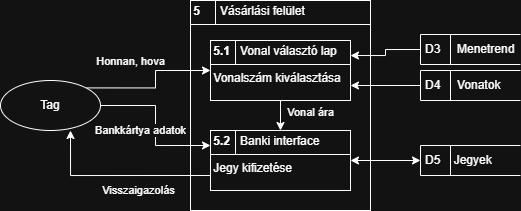
Above: dokumentacio/logikai_fiziaki_adatfolyam/fizikai_adatfolyam_jegyv.png in RevMarci/vasutmenetrend (draw.io), before the change. Source tidied: cells renumbered, new cells last; positions are measured from the earlier drawing's top-left corner, leaving out a move shared by most shapes. Its diagram source:
```xml
<mxGraphModel>
  <root>
    <mxCell id="0" />
    <mxCell id="1" parent="0" />
    <mxCell id="2" value="&lt;p style=&quot;margin: 4px 0px 0px;&quot;&gt;&lt;b&gt;&amp;nbsp;5&amp;nbsp; &amp;nbsp; &amp;nbsp; &lt;/b&gt;Vásárlási felület&lt;/p&gt;&lt;hr size=&quot;1&quot; style=&quot;border-style:solid;&quot;&gt;&amp;nbsp;&lt;br&gt;&lt;div style=&quot;height:2px;&quot;&gt;&lt;/div&gt;" style="verticalAlign=top;align=left;overflow=fill;html=1;whiteSpace=wrap;" parent="1" vertex="1">
      <mxGeometry x="190" width="180" height="210" as="geometry" />
    </mxCell>
    <mxCell id="3" style="line;strokeWidth=1;direction=south;html=1;perimeter=backbonePerimeter;" parent="1" vertex="1">
      <mxGeometry x="210" width="10" height="24" as="geometry" />
    </mxCell>
    <mxCell id="4" style="edgeStyle=orthogonalEdgeStyle;rounded=0;jettySize=auto;html=1;exitX=0.5;exitY=1;exitDx=0;exitDy=0;entryX=0.5;entryY=0;entryDx=0;entryDy=0;" parent="1" edge="1" source="6" target="8">
      <mxGeometry relative="1" as="geometry" />
    </mxCell>
    <mxCell id="5" value="Vonal ára" style="edgeLabel;html=1;align=center;verticalAlign=middle;" parent="4" vertex="1">
      <mxGeometry x="-0.2" relative="1" as="geometry">
        <mxPoint x="30" as="offset" />
      </mxGeometry>
    </mxCell>
    <mxCell id="6" value="&lt;p style=&quot;margin: 4px 0px 0px;&quot;&gt;&lt;b&gt;&amp;nbsp;5.1&amp;nbsp; &amp;nbsp;&lt;/b&gt;Vonal választó lap&lt;/p&gt;&lt;hr size=&quot;1&quot; style=&quot;border-style:solid;&quot;&gt;&lt;div style=&quot;height:2px;&quot;&gt;&amp;nbsp;Vonalszám kiválasztása&lt;/div&gt;" style="verticalAlign=top;align=left;overflow=fill;html=1;whiteSpace=wrap;" parent="1" vertex="1">
      <mxGeometry x="210" y="40" width="140" height="60" as="geometry" />
    </mxCell>
    <mxCell id="7" style="line;strokeWidth=1;direction=south;html=1;perimeter=backbonePerimeter;" parent="1" vertex="1">
      <mxGeometry x="230" y="40" width="10" height="24" as="geometry" />
    </mxCell>
    <mxCell id="8" value="&lt;p style=&quot;margin: 4px 0px 0px;&quot;&gt;&lt;b&gt;&amp;nbsp;5.2&amp;nbsp; &amp;nbsp;&lt;/b&gt;Banki interface&lt;/p&gt;&lt;hr size=&quot;1&quot; style=&quot;border-style:solid;&quot;&gt;&lt;div style=&quot;height:2px;&quot;&gt;&amp;nbsp;Jegy kifizetése&lt;/div&gt;" style="verticalAlign=top;align=left;overflow=fill;html=1;whiteSpace=wrap;" parent="1" vertex="1">
      <mxGeometry x="210" y="130" width="140" height="60" as="geometry" />
    </mxCell>
    <mxCell id="9" style="line;strokeWidth=1;direction=south;html=1;perimeter=backbonePerimeter;" parent="1" vertex="1">
      <mxGeometry x="230" y="130" width="10" height="24" as="geometry" />
    </mxCell>
    <mxCell id="10" style="edgeStyle=orthogonalEdgeStyle;rounded=0;jettySize=auto;html=1;exitX=0;exitY=0.5;exitDx=0;exitDy=0;entryX=1;entryY=0.25;entryDx=0;entryDy=0;" parent="1" edge="1" source="11" target="6">
      <mxGeometry relative="1" as="geometry" />
    </mxCell>
    <mxCell id="11" value="D3&amp;nbsp; &amp;nbsp; &amp;nbsp;Menetrend" style="html=1;dashed=0;whiteSpace=wrap;shape=mxgraph.dfd.dataStoreID;align=left;spacingLeft=3;points=[[0,0],[0.5,0],[1,0],[0,0.5],[1,0.5],[0,1],[0.5,1],[1,1]];" parent="1" vertex="1">
      <mxGeometry x="420" y="34" width="100" height="30" as="geometry" />
    </mxCell>
    <mxCell id="12" style="edgeStyle=orthogonalEdgeStyle;rounded=0;jettySize=auto;html=1;exitX=0;exitY=0.5;exitDx=0;exitDy=0;entryX=1;entryY=0.75;entryDx=0;entryDy=0;" parent="1" edge="1" source="13" target="6">
      <mxGeometry relative="1" as="geometry" />
    </mxCell>
    <mxCell id="13" value="D4&amp;nbsp; &amp;nbsp; &amp;nbsp;Vonatok" style="html=1;dashed=0;whiteSpace=wrap;shape=mxgraph.dfd.dataStoreID;align=left;spacingLeft=3;points=[[0,0],[0.5,0],[1,0],[0,0.5],[1,0.5],[0,1],[0.5,1],[1,1]];" parent="1" vertex="1">
      <mxGeometry x="420" y="70" width="100" height="30" as="geometry" />
    </mxCell>
    <mxCell id="14" style="edgeStyle=orthogonalEdgeStyle;rounded=0;jettySize=auto;html=1;exitX=0;exitY=0.5;exitDx=0;exitDy=0;entryX=1;entryY=0.5;entryDx=0;entryDy=0;startArrow=classic;startFill=1;" parent="1" edge="1" source="15" target="8">
      <mxGeometry relative="1" as="geometry" />
    </mxCell>
    <mxCell id="15" value="D5&amp;nbsp; &amp;nbsp; Jegyek" style="html=1;dashed=0;whiteSpace=wrap;shape=mxgraph.dfd.dataStoreID;align=left;spacingLeft=3;points=[[0,0],[0.5,0],[1,0],[0,0.5],[1,0.5],[0,1],[0.5,1],[1,1]];" parent="1" vertex="1">
      <mxGeometry x="420" y="145" width="100" height="30" as="geometry" />
    </mxCell>
    <mxCell id="16" style="edgeStyle=orthogonalEdgeStyle;rounded=0;jettySize=auto;html=1;exitX=1;exitY=0;exitDx=0;exitDy=0;" parent="1" edge="1" source="20" target="6">
      <mxGeometry relative="1" as="geometry" />
    </mxCell>
    <mxCell id="17" value="Honnan, hova" style="edgeLabel;html=1;align=center;verticalAlign=middle;" parent="16" vertex="1">
      <mxGeometry x="0.08" y="2" relative="1" as="geometry">
        <mxPoint x="-23" y="-20" as="offset" />
      </mxGeometry>
    </mxCell>
    <mxCell id="18" style="edgeStyle=orthogonalEdgeStyle;rounded=0;jettySize=auto;html=1;exitX=1;exitY=0.5;exitDx=0;exitDy=0;entryX=0;entryY=0.25;entryDx=0;entryDy=0;" parent="1" edge="1" source="20" target="8">
      <mxGeometry relative="1" as="geometry" />
    </mxCell>
    <mxCell id="19" value="Bankkártya adatok" style="edgeLabel;html=1;align=center;verticalAlign=middle;" parent="18" vertex="1">
      <mxGeometry x="-0.02" y="1" relative="1" as="geometry">
        <mxPoint x="-16" y="6" as="offset" />
      </mxGeometry>
    </mxCell>
    <mxCell id="20" value="Tag" style="shape=ellipse;html=1;dashed=0;whiteSpace=wrap;perimeter=ellipsePerimeter;" parent="1" vertex="1">
      <mxGeometry y="80" width="100" height="50" as="geometry" />
    </mxCell>
    <mxCell id="21" style="edgeStyle=orthogonalEdgeStyle;rounded=0;jettySize=auto;html=1;exitX=0;exitY=0.75;exitDx=0;exitDy=0;entryX=0.7;entryY=1;entryDx=0;entryDy=0;entryPerimeter=0;" parent="1" edge="1" source="8" target="20">
      <mxGeometry relative="1" as="geometry" />
    </mxCell>
    <mxCell id="22" value="Visszaigazolás" style="edgeLabel;html=1;align=center;verticalAlign=middle;" parent="21" vertex="1">
      <mxGeometry x="-0.22" y="1" relative="1" as="geometry">
        <mxPoint y="14" as="offset" />
      </mxGeometry>
    </mxCell>
  </root>
</mxGraphModel>
```
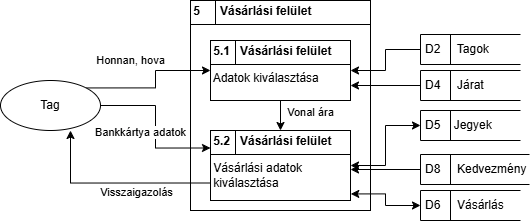
After the change.

Diff of the diagram source:
```diff
@@ -2,7 +2,7 @@
   <root>
     <mxCell id="0" />
     <mxCell id="1" parent="0" />
-    <mxCell id="2" value="&lt;p style=&quot;margin: 4px 0px 0px;&quot;&gt;&lt;b&gt;&amp;nbsp;5&amp;nbsp; &amp;nbsp; &amp;nbsp; &lt;/b&gt;Vásárlási felület&lt;/p&gt;&lt;hr size=&quot;1&quot; style=&quot;border-style:solid;&quot;&gt;&amp;nbsp;&lt;br&gt;&lt;div style=&quot;height:2px;&quot;&gt;&lt;/div&gt;" style="verticalAlign=top;align=left;overflow=fill;html=1;whiteSpace=wrap;" parent="1" vertex="1">
+    <mxCell id="2" value="&lt;p style=&quot;margin: 4px 0px 0px;&quot;&gt;&lt;b&gt;&amp;nbsp;5&amp;nbsp; &amp;nbsp; &amp;nbsp; Vásárlási felület&lt;/b&gt;&lt;/p&gt;&lt;hr size=&quot;1&quot; style=&quot;border-style:solid;&quot;&gt;&amp;nbsp;&lt;br&gt;&lt;div style=&quot;height:2px;&quot;&gt;&lt;/div&gt;" style="verticalAlign=top;align=left;overflow=fill;html=1;whiteSpace=wrap;" parent="1" vertex="1">
       <mxGeometry x="190" width="180" height="210" as="geometry" />
     </mxCell>
     <mxCell id="3" style="line;strokeWidth=1;direction=south;html=1;perimeter=backbonePerimeter;" parent="1" vertex="1">
@@ -16,35 +16,29 @@
         <mxPoint x="30" as="offset" />
       </mxGeometry>
     </mxCell>
-    <mxCell id="6" value="&lt;p style=&quot;margin: 4px 0px 0px;&quot;&gt;&lt;b&gt;&amp;nbsp;5.1&amp;nbsp; &amp;nbsp;&lt;/b&gt;Vonal választó lap&lt;/p&gt;&lt;hr size=&quot;1&quot; style=&quot;border-style:solid;&quot;&gt;&lt;div style=&quot;height:2px;&quot;&gt;&amp;nbsp;Vonalszám kiválasztása&lt;/div&gt;" style="verticalAlign=top;align=left;overflow=fill;html=1;whiteSpace=wrap;" parent="1" vertex="1">
+    <mxCell id="6" value="&lt;p style=&quot;margin: 4px 0px 0px;&quot;&gt;&lt;b&gt;&amp;nbsp;5.1&amp;nbsp; &amp;nbsp;&lt;/b&gt;&lt;b style=&quot;background-color: transparent; color: light-dark(rgb(0, 0, 0), rgb(255, 255, 255));&quot;&gt;Vásárlási felület&lt;/b&gt;&lt;/p&gt;&lt;hr size=&quot;1&quot; style=&quot;border-style:solid;&quot;&gt;&lt;div style=&quot;height:2px;&quot;&gt;&amp;nbsp;Adatok kiválasztása&lt;/div&gt;" style="verticalAlign=top;align=left;overflow=fill;html=1;whiteSpace=wrap;" parent="1" vertex="1">
       <mxGeometry x="210" y="40" width="140" height="60" as="geometry" />
     </mxCell>
     <mxCell id="7" style="line;strokeWidth=1;direction=south;html=1;perimeter=backbonePerimeter;" parent="1" vertex="1">
       <mxGeometry x="230" y="40" width="10" height="24" as="geometry" />
     </mxCell>
-    <mxCell id="8" value="&lt;p style=&quot;margin: 4px 0px 0px;&quot;&gt;&lt;b&gt;&amp;nbsp;5.2&amp;nbsp; &amp;nbsp;&lt;/b&gt;Banki interface&lt;/p&gt;&lt;hr size=&quot;1&quot; style=&quot;border-style:solid;&quot;&gt;&lt;div style=&quot;height:2px;&quot;&gt;&amp;nbsp;Jegy kifizetése&lt;/div&gt;" style="verticalAlign=top;align=left;overflow=fill;html=1;whiteSpace=wrap;" parent="1" vertex="1">
-      <mxGeometry x="210" y="130" width="140" height="60" as="geometry" />
+    <mxCell id="8" value="&lt;p style=&quot;margin: 4px 0px 0px;&quot;&gt;&lt;b&gt;&amp;nbsp;5.2&amp;nbsp; &amp;nbsp;&lt;/b&gt;&lt;b style=&quot;background-color: transparent; color: light-dark(rgb(0, 0, 0), rgb(255, 255, 255));&quot;&gt;Vásárlási felület&lt;/b&gt;&lt;/p&gt;&lt;hr size=&quot;1&quot; style=&quot;border-style:solid;&quot;&gt;&lt;div style=&quot;height:2px;&quot;&gt;&amp;nbsp;Vásárlási adatok&amp;nbsp; &amp;nbsp;kiválasztása&lt;/div&gt;" style="verticalAlign=top;align=left;overflow=fill;html=1;whiteSpace=wrap;" parent="1" vertex="1">
+      <mxGeometry x="210" y="130" width="140" height="70" as="geometry" />
     </mxCell>
     <mxCell id="9" style="line;strokeWidth=1;direction=south;html=1;perimeter=backbonePerimeter;" parent="1" vertex="1">
       <mxGeometry x="230" y="130" width="10" height="24" as="geometry" />
     </mxCell>
-    <mxCell id="10" style="edgeStyle=orthogonalEdgeStyle;rounded=0;jettySize=auto;html=1;exitX=0;exitY=0.5;exitDx=0;exitDy=0;entryX=1;entryY=0.25;entryDx=0;entryDy=0;" parent="1" edge="1" source="11" target="6">
-      <mxGeometry relative="1" as="geometry" />
-    </mxCell>
-    <mxCell id="11" value="D3&amp;nbsp; &amp;nbsp; &amp;nbsp;Menetrend" style="html=1;dashed=0;whiteSpace=wrap;shape=mxgraph.dfd.dataStoreID;align=left;spacingLeft=3;points=[[0,0],[0.5,0],[1,0],[0,0.5],[1,0.5],[0,1],[0.5,1],[1,1]];" parent="1" vertex="1">
-      <mxGeometry x="420" y="34" width="100" height="30" as="geometry" />
-    </mxCell>
     <mxCell id="12" style="edgeStyle=orthogonalEdgeStyle;rounded=0;jettySize=auto;html=1;exitX=0;exitY=0.5;exitDx=0;exitDy=0;entryX=1;entryY=0.75;entryDx=0;entryDy=0;" parent="1" edge="1" source="13" target="6">
       <mxGeometry relative="1" as="geometry" />
     </mxCell>
-    <mxCell id="13" value="D4&amp;nbsp; &amp;nbsp; &amp;nbsp;Vonatok" style="html=1;dashed=0;whiteSpace=wrap;shape=mxgraph.dfd.dataStoreID;align=left;spacingLeft=3;points=[[0,0],[0.5,0],[1,0],[0,0.5],[1,0.5],[0,1],[0.5,1],[1,1]];" parent="1" vertex="1">
+    <mxCell id="13" value="D4&amp;nbsp; &amp;nbsp; &amp;nbsp;Járat" style="html=1;dashed=0;whiteSpace=wrap;shape=mxgraph.dfd.dataStoreID;align=left;spacingLeft=3;points=[[0,0],[0.5,0],[1,0],[0,0.5],[1,0.5],[0,1],[0.5,1],[1,1]];" parent="1" vertex="1">
       <mxGeometry x="420" y="70" width="100" height="30" as="geometry" />
     </mxCell>
     <mxCell id="14" style="edgeStyle=orthogonalEdgeStyle;rounded=0;jettySize=auto;html=1;exitX=0;exitY=0.5;exitDx=0;exitDy=0;entryX=1;entryY=0.5;entryDx=0;entryDy=0;startArrow=classic;startFill=1;" parent="1" edge="1" source="15" target="8">
       <mxGeometry relative="1" as="geometry" />
     </mxCell>
     <mxCell id="15" value="D5&amp;nbsp; &amp;nbsp; Jegyek" style="html=1;dashed=0;whiteSpace=wrap;shape=mxgraph.dfd.dataStoreID;align=left;spacingLeft=3;points=[[0,0],[0.5,0],[1,0],[0,0.5],[1,0.5],[0,1],[0.5,1],[1,1]];" parent="1" vertex="1">
-      <mxGeometry x="420" y="145" width="100" height="30" as="geometry" />
+      <mxGeometry x="420" y="110" width="100" height="30" as="geometry" />
     </mxCell>
     <mxCell id="16" style="edgeStyle=orthogonalEdgeStyle;rounded=0;jettySize=auto;html=1;exitX=1;exitY=0;exitDx=0;exitDy=0;" parent="1" edge="1" source="20" target="6">
       <mxGeometry relative="1" as="geometry" />
@@ -70,8 +64,31 @@
     </mxCell>
     <mxCell id="22" value="Visszaigazolás" style="edgeLabel;html=1;align=center;verticalAlign=middle;" parent="21" vertex="1">
       <mxGeometry x="-0.22" y="1" relative="1" as="geometry">
-        <mxPoint y="14" as="offset" />
+        <mxPoint y="8" as="offset" />
       </mxGeometry>
     </mxCell>
+    <mxCell id="23" style="edgeStyle=orthogonalEdgeStyle;rounded=0;jettySize=auto;html=1;" parent="1" edge="1" source="24" target="8">
+      <mxGeometry relative="1" as="geometry">
+        <Array as="points">
+          <mxPoint x="370" y="169" />
+          <mxPoint x="370" y="169" />
+        </Array>
+      </mxGeometry>
+    </mxCell>
+    <mxCell id="24" value="D8&amp;nbsp; &amp;nbsp; &amp;nbsp;Kedvezmény" style="html=1;dashed=0;whiteSpace=wrap;shape=mxgraph.dfd.dataStoreID;align=left;spacingLeft=3;points=[[0,0],[0.5,0],[1,0],[0,0.5],[1,0.5],[0,1],[0.5,1],[1,1]];" parent="1" vertex="1">
+      <mxGeometry x="420" y="154" width="109" height="30" as="geometry" />
+    </mxCell>
+    <mxCell id="25" style="edgeStyle=orthogonalEdgeStyle;rounded=0;jettySize=auto;html=1;entryX=1.002;entryY=0.906;entryDx=0;entryDy=0;entryPerimeter=0;startArrow=classic;startFill=1;" parent="1" edge="1" source="26" target="8">
+      <mxGeometry relative="1" as="geometry" />
+    </mxCell>
+    <mxCell id="26" value="D6&amp;nbsp; &amp;nbsp; &amp;nbsp;Vásárlás" style="html=1;dashed=0;whiteSpace=wrap;shape=mxgraph.dfd.dataStoreID;align=left;spacingLeft=3;points=[[0,0],[0.5,0],[1,0],[0,0.5],[1,0.5],[0,1],[0.5,1],[1,1]];" parent="1" vertex="1">
+      <mxGeometry x="420" y="190" width="100" height="30" as="geometry" />
+    </mxCell>
+    <mxCell id="27" style="edgeStyle=orthogonalEdgeStyle;rounded=0;jettySize=auto;html=1;" parent="1" edge="1" source="28" target="6">
+      <mxGeometry relative="1" as="geometry" />
+    </mxCell>
+    <mxCell id="28" value="D2&amp;nbsp; &amp;nbsp; &amp;nbsp;Tagok" style="html=1;dashed=0;whiteSpace=wrap;shape=mxgraph.dfd.dataStoreID;align=left;spacingLeft=3;points=[[0,0],[0.5,0],[1,0],[0,0.5],[1,0.5],[0,1],[0.5,1],[1,1]];" parent="1" vertex="1">
+      <mxGeometry x="420" y="34" width="100" height="30" as="geometry" />
+    </mxCell>
   </root>
 </mxGraphModel>
```
